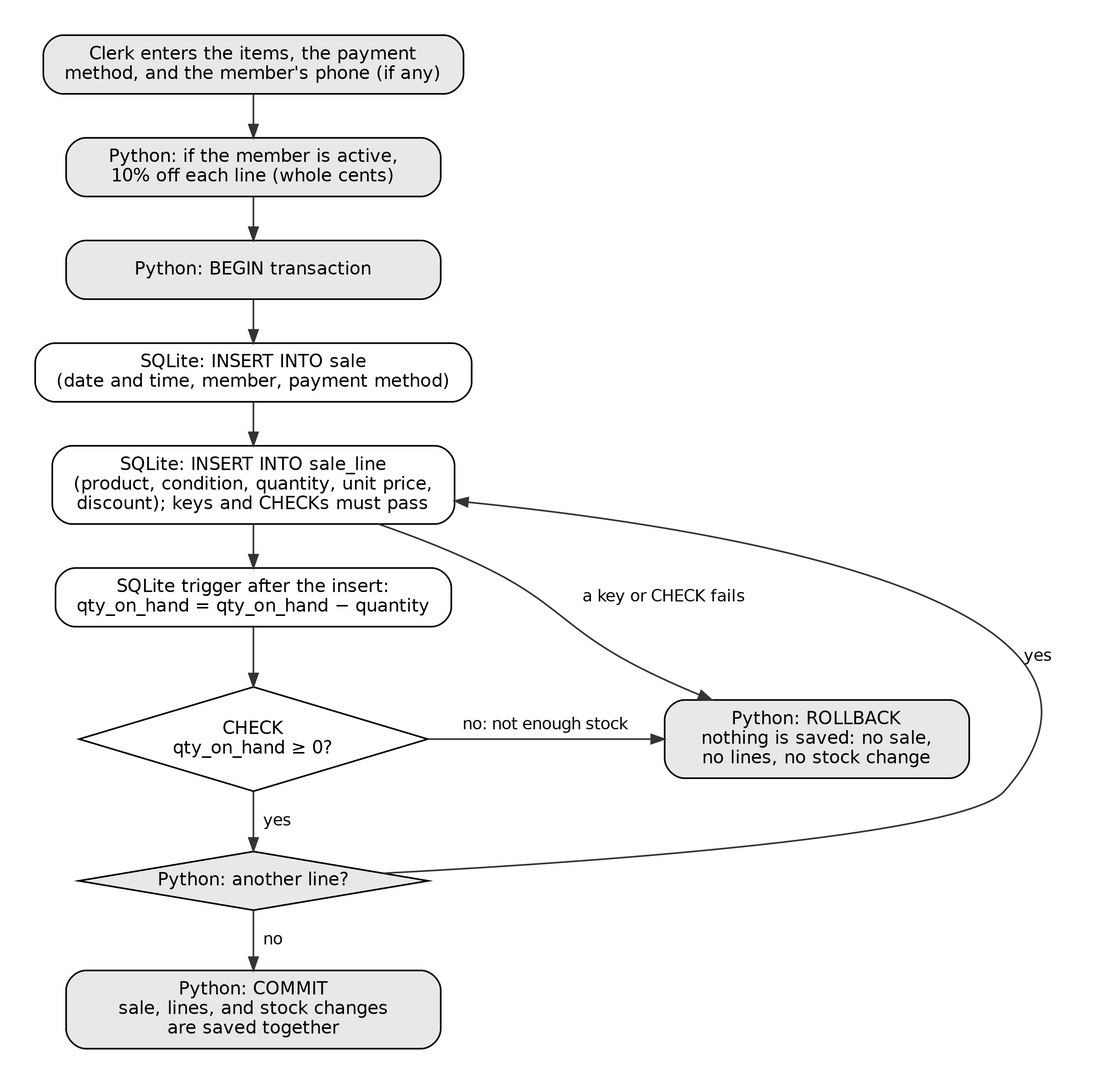
Before: docs/diagrams/sale-flow.png, a diagram exported from Graphviz (ajlight89/checkpoint-db). Its source is kept beside it as docs/diagrams/sale-flow.dot. The source it was exported from:
```dot
digraph sale_flow {
    graph [rankdir=TB, nodesep=0.6, ranksep=0.35, pad=0.3, fontname="Helvetica",
           bgcolor="white"];
    node  [shape=box, style="rounded,filled", fillcolor="white", fontname="Helvetica",
           fontsize=11, margin="0.18,0.08", width=3.2];
    edge  [fontname="Helvetica", fontsize=10, color="#333333", arrowsize=0.8];

    start    [label="Clerk enters the items, the payment\nmethod, and the member's phone (if any)",
              fillcolor="#e8e8e8"];
    discount [label="Python: if the member is active,\n10% off each line (whole cents)",
              fillcolor="#e8e8e8"];
    begin    [label="Python: BEGIN transaction", fillcolor="#e8e8e8"];
    ins_sale [label="SQLite: INSERT INTO sale\n(date and time, member, payment method)"];
    ins_line [label="SQLite: INSERT INTO sale_line\n(product, condition, quantity, unit price,\ndiscount); keys and CHECKs must pass"];
    trigger  [label="SQLite trigger after the insert:\nqty_on_hand = qty_on_hand − quantity"];
    stock    [label="CHECK\nqty_on_hand ≥ 0?", shape=diamond, style="filled", width=2.2,
              margin="0.05,0.05"];
    more     [label="Python: another line?", shape=diamond, style="filled",
              fillcolor="#e8e8e8", width=2.6, margin="0.05,0.05"];
    commit   [label="Python: COMMIT\nsale, lines, and stock changes\nare saved together", fillcolor="#e8e8e8"];
    rollback [label="Python: ROLLBACK\nnothing is saved: no sale,\nno lines, no stock change",
              fillcolor="#e8e8e8", width=2.6];

    {rank=same; stock; rollback;}

    start    -> discount -> begin -> ins_sale -> ins_line -> trigger -> stock;
    stock    -> more     [label="  yes"];
    stock    -> rollback [label="no: not enough stock"];
    ins_line -> rollback [label="  a key or CHECK fails", constraint=false];
    more     -> ins_line [label="yes  ", constraint=false];
    more     -> commit   [label="  no"];
}
```
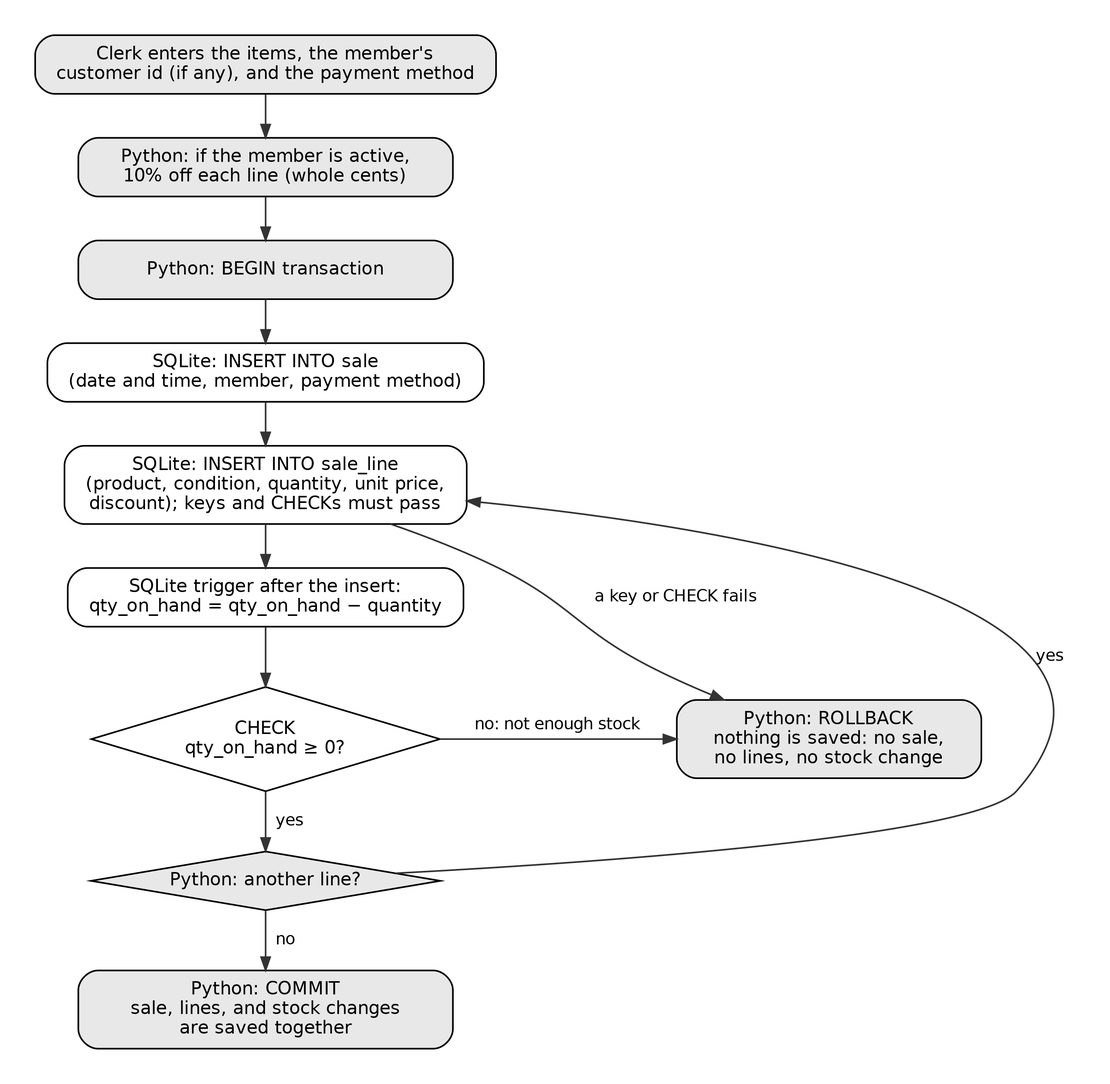
After the commit.

Commit message:
Show the member's customer id in the sale-flow diagram and correct the ESRB enforcement note

The edit, as a diff of the source:
```diff
@@ -5,7 +5,7 @@
            fontsize=11, margin="0.18,0.08", width=3.2];
     edge  [fontname="Helvetica", fontsize=10, color="#333333", arrowsize=0.8];
 
-    start    [label="Clerk enters the items, the payment\nmethod, and the member's phone (if any)",
+    start    [label="Clerk enters the items, the member's\ncustomer id (if any), and the payment method",
               fillcolor="#e8e8e8"];
     discount [label="Python: if the member is active,\n10% off each line (whole cents)",
               fillcolor="#e8e8e8"];
```
